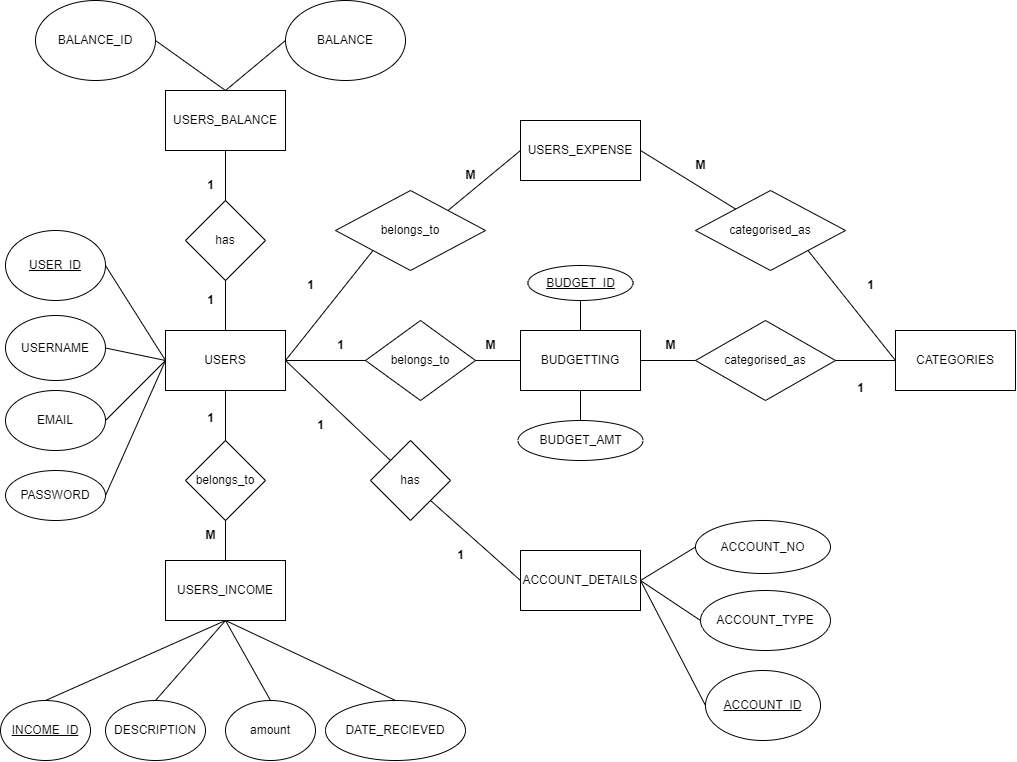
Earlier version of the draw.io export ER_DIAGRAM.drawio.png (Pgsaisuhas/EXP). Source tidied: cells renumbered, new cells last; positions are measured from the earlier drawing's top-left corner, leaving out a move shared by most shapes.
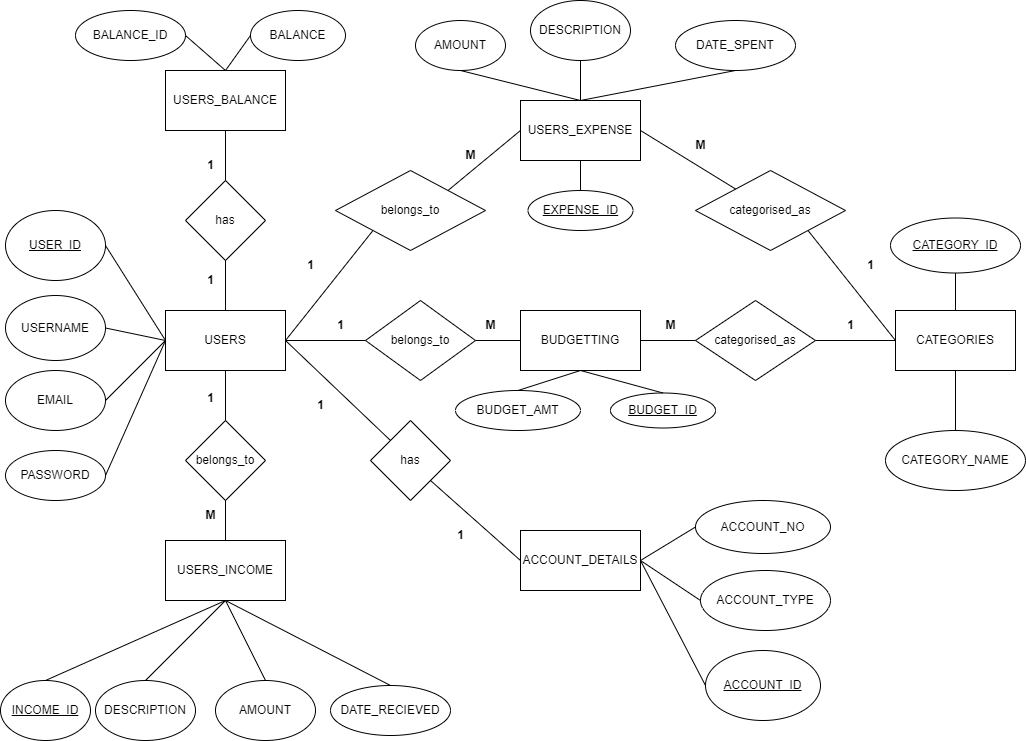
Above is the later version.

What changed in the source:
```diff
@@ -21,10 +21,10 @@
       <mxGeometry x="165" y="90" width="120" height="60" as="geometry" />
     </mxCell>
     <mxCell id="8" value="BALANCE_ID" style="ellipse;whiteSpace=wrap;html=1;" parent="1" vertex="1">
-      <mxGeometry x="35" width="120" height="80" as="geometry" />
+      <mxGeometry x="75" y="30" width="110" height="50" as="geometry" />
     </mxCell>
     <mxCell id="9" value="BALANCE" style="ellipse;whiteSpace=wrap;html=1;" parent="1" vertex="1">
-      <mxGeometry x="285" width="120" height="80" as="geometry" />
+      <mxGeometry x="250" y="30" width="95" height="50" as="geometry" />
     </mxCell>
     <mxCell id="10" value="has" style="rhombus;whiteSpace=wrap;html=1;" parent="1" vertex="1">
       <mxGeometry x="185" y="200" width="80" height="80" as="geometry" />
@@ -69,10 +69,10 @@
       <mxGeometry y="700" width="90" height="60" as="geometry" />
     </mxCell>
     <mxCell id="24" value="DESCRIPTION" style="ellipse;whiteSpace=wrap;html=1;" parent="1" vertex="1">
-      <mxGeometry x="105" y="700" width="100" height="60" as="geometry" />
+      <mxGeometry x="95" y="700" width="100" height="60" as="geometry" />
     </mxCell>
     <mxCell id="25" value="DATE_RECIEVED" style="ellipse;whiteSpace=wrap;html=1;" parent="1" vertex="1">
-      <mxGeometry x="325" y="700" width="140" height="60" as="geometry" />
+      <mxGeometry x="330" y="705" width="120" height="50" as="geometry" />
     </mxCell>
     <mxCell id="26" style="endArrow=none;html=1;rounded=0;entryX=0.5;entryY=1;entryDx=0;entryDy=0;exitX=0.5;exitY=0;exitDx=0;exitDy=0;" parent="1" edge="1" source="23" target="19">
       <mxGeometry relative="1" as="geometry" />
@@ -126,7 +126,7 @@
       <mxGeometry x="365" y="320" width="110" height="80" as="geometry" />
     </mxCell>
     <mxCell id="43" value="categorised_as" style="rhombus;whiteSpace=wrap;html=1;" parent="1" vertex="1">
-      <mxGeometry x="695" y="320" width="140" height="80" as="geometry" />
+      <mxGeometry x="695" y="320" width="120" height="80" as="geometry" />
     </mxCell>
     <mxCell id="44" style="endArrow=none;html=1;rounded=0;exitX=1;exitY=0.5;exitDx=0;exitDy=0;entryX=0;entryY=0.5;entryDx=0;entryDy=0;" parent="1" edge="1" source="2" target="42">
       <mxGeometry relative="1" as="geometry" />
@@ -168,7 +168,7 @@
       <mxGeometry x="325" y="330" width="30" height="30" as="geometry" />
     </mxCell>
     <mxCell id="57" value="&lt;b&gt;1&lt;/b&gt;" style="text;html=1;align=center;verticalAlign=middle;strokeColor=none;fillColor=none;" parent="1" vertex="1">
-      <mxGeometry x="845" y="373" width="30" height="30" as="geometry" />
+      <mxGeometry x="835" y="330" width="30" height="30" as="geometry" />
     </mxCell>
     <mxCell id="58" value="&lt;b&gt;M&lt;/b&gt;" style="text;html=1;align=center;verticalAlign=middle;strokeColor=none;fillColor=none;" parent="1" vertex="1">
       <mxGeometry x="475" y="330" width="30" height="30" as="geometry" />
@@ -176,8 +176,8 @@
     <mxCell id="59" value="&lt;b&gt;M&lt;/b&gt;" style="text;html=1;align=center;verticalAlign=middle;strokeColor=none;fillColor=none;" parent="1" vertex="1">
       <mxGeometry x="655" y="330" width="30" height="30" as="geometry" />
     </mxCell>
-    <mxCell id="60" value="amount" style="ellipse;whiteSpace=wrap;html=1;" parent="1" vertex="1">
-      <mxGeometry x="225" y="700" width="90" height="60" as="geometry" />
+    <mxCell id="60" value="AMOUNT" style="ellipse;whiteSpace=wrap;html=1;" parent="1" vertex="1">
+      <mxGeometry x="215" y="700" width="100" height="60" as="geometry" />
     </mxCell>
     <mxCell id="61" style="endArrow=none;html=1;rounded=0;exitX=0.5;exitY=1;exitDx=0;exitDy=0;entryX=0.5;entryY=0;entryDx=0;entryDy=0;" parent="1" edge="1" source="19" target="60">
       <mxGeometry relative="1" as="geometry" />
@@ -207,16 +207,52 @@
       <mxGeometry relative="1" as="geometry" />
     </mxCell>
     <mxCell id="70" value="&lt;u&gt;BUDGET_ID&lt;/u&gt;" style="ellipse;whiteSpace=wrap;html=1;" parent="1" vertex="1">
-      <mxGeometry x="527.5" y="265" width="105" height="35" as="geometry" />
+      <mxGeometry x="610" y="412.5" width="105" height="35" as="geometry" />
     </mxCell>
-    <mxCell id="71" style="endArrow=none;html=1;rounded=0;entryX=0.5;entryY=0;entryDx=0;entryDy=0;exitX=0.5;exitY=1;exitDx=0;exitDy=0;" parent="1" edge="1" source="70" target="41">
+    <mxCell id="71" style="endArrow=none;html=1;rounded=0;entryX=0.5;entryY=1;entryDx=0;entryDy=0;exitX=0.5;exitY=0;exitDx=0;exitDy=0;" parent="1" edge="1" source="70" target="41">
       <mxGeometry relative="1" as="geometry" />
     </mxCell>
     <mxCell id="72" value="BUDGET_AMT" style="ellipse;whiteSpace=wrap;html=1;" parent="1" vertex="1">
-      <mxGeometry x="517.5" y="420" width="125" height="40" as="geometry" />
+      <mxGeometry x="455" y="410" width="125" height="40" as="geometry" />
     </mxCell>
     <mxCell id="73" style="endArrow=none;html=1;rounded=0;entryX=0.5;entryY=1;entryDx=0;entryDy=0;exitX=0.5;exitY=0;exitDx=0;exitDy=0;" parent="1" edge="1" source="72" target="41">
       <mxGeometry relative="1" as="geometry" />
     </mxCell>
+    <mxCell id="74" value="&lt;u&gt;CATEGORY_ID&lt;/u&gt;" style="ellipse;whiteSpace=wrap;html=1;" parent="1" vertex="1">
+      <mxGeometry x="890" y="237.5" width="130" height="55" as="geometry" />
+    </mxCell>
+    <mxCell id="75" value="CATEGORY_NAME" style="ellipse;whiteSpace=wrap;html=1;" parent="1" vertex="1">
+      <mxGeometry x="885" y="450" width="140" height="60" as="geometry" />
+    </mxCell>
+    <mxCell id="76" style="endArrow=none;html=1;rounded=0;entryX=0.5;entryY=1;entryDx=0;entryDy=0;exitX=0.5;exitY=0;exitDx=0;exitDy=0;" parent="1" edge="1" source="33" target="74">
+      <mxGeometry relative="1" as="geometry" />
+    </mxCell>
+    <mxCell id="77" style="endArrow=none;html=1;rounded=0;entryX=0.5;entryY=1;entryDx=0;entryDy=0;exitX=0.5;exitY=0;exitDx=0;exitDy=0;" parent="1" edge="1" source="75" target="33">
+      <mxGeometry relative="1" as="geometry" />
+    </mxCell>
+    <mxCell id="78" value="&lt;u&gt;EXPENSE_ID&lt;/u&gt;" style="ellipse;whiteSpace=wrap;html=1;" parent="1" vertex="1">
+      <mxGeometry x="527.5" y="210" width="105" height="40" as="geometry" />
+    </mxCell>
+    <mxCell id="79" style="endArrow=none;html=1;rounded=0;entryX=0.5;entryY=1;entryDx=0;entryDy=0;exitX=0.5;exitY=0;exitDx=0;exitDy=0;" parent="1" edge="1" source="78" target="29">
+      <mxGeometry relative="1" as="geometry" />
+    </mxCell>
+    <mxCell id="80" value="AMOUNT" style="ellipse;whiteSpace=wrap;html=1;" parent="1" vertex="1">
+      <mxGeometry x="415" y="40" width="90" height="50" as="geometry" />
+    </mxCell>
+    <mxCell id="81" value="DESCRIPTION" style="ellipse;whiteSpace=wrap;html=1;" parent="1" vertex="1">
+      <mxGeometry x="530" y="20" width="100" height="60" as="geometry" />
+    </mxCell>
+    <mxCell id="82" value="DATE_SPENT" style="ellipse;whiteSpace=wrap;html=1;" parent="1" vertex="1">
+      <mxGeometry x="675" y="40" width="120" height="50" as="geometry" />
+    </mxCell>
+    <mxCell id="83" style="endArrow=none;html=1;rounded=0;entryX=0.5;entryY=0;entryDx=0;entryDy=0;exitX=0.5;exitY=1;exitDx=0;exitDy=0;" parent="1" edge="1" source="80" target="29">
+      <mxGeometry relative="1" as="geometry" />
+    </mxCell>
+    <mxCell id="84" style="endArrow=none;html=1;rounded=0;entryX=0.5;entryY=0;entryDx=0;entryDy=0;exitX=0.5;exitY=1;exitDx=0;exitDy=0;" parent="1" edge="1" source="81" target="29">
+      <mxGeometry relative="1" as="geometry" />
+    </mxCell>
+    <mxCell id="85" style="endArrow=none;html=1;rounded=0;entryX=0.5;entryY=0;entryDx=0;entryDy=0;exitX=0.5;exitY=1;exitDx=0;exitDy=0;" parent="1" edge="1" source="82" target="29">
+      <mxGeometry relative="1" as="geometry" />
+    </mxCell>
   </root>
 </mxGraphModel>
```
